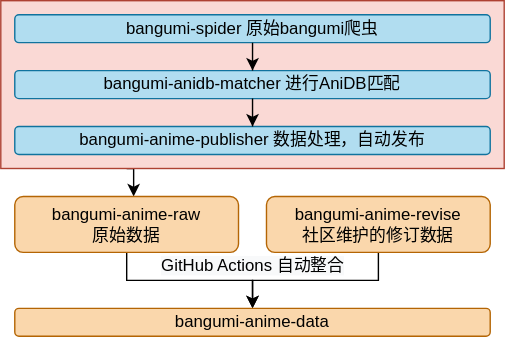
The draw.io diagram imgs/nichijou-bangumi.svg in project-nichijou/docs, before a commit. Source tidied: cells renumbered, new cells last; positions are measured from the earlier drawing's top-left corner, leaving out a move shared by most shapes. Its diagram source:
```xml
<mxGraphModel>
  <root>
    <mxCell id="0" />
    <mxCell id="1" parent="0" />
    <mxCell id="2" style="edgeStyle=orthogonalEdgeStyle;rounded=0;jettySize=auto;html=1;exitX=0.25;exitY=1;exitDx=0;exitDy=0;" parent="1" edge="1" source="3" target="5">
      <mxGeometry relative="1" as="geometry">
        <Array as="points">
          <mxPoint x="95" y="120" />
        </Array>
      </mxGeometry>
    </mxCell>
    <mxCell id="3" style="rounded=0;whiteSpace=wrap;html=1;fillColor=#fad9d5;strokeColor=#ae4132;" parent="1" vertex="1">
      <mxGeometry width="360" height="120" as="geometry" />
    </mxCell>
    <mxCell id="4" style="edgeStyle=orthogonalEdgeStyle;rounded=0;jettySize=auto;html=1;" parent="1" edge="1" source="5" target="8">
      <mxGeometry relative="1" as="geometry" />
    </mxCell>
    <mxCell id="5" value="bangumi-anime-raw&lt;br&gt;原始数据" style="rounded=1;whiteSpace=wrap;html=1;fillColor=#fad7ac;strokeColor=#b46504;" parent="1" vertex="1">
      <mxGeometry x="10" y="140" width="160" height="40" as="geometry" />
    </mxCell>
    <mxCell id="6" value="&lt;span style=&quot;font-size: 12px ; background-color: rgb(248 , 249 , 250)&quot;&gt;GitHub Actions 自动整合&lt;/span&gt;" style="edgeStyle=orthogonalEdgeStyle;rounded=0;jettySize=auto;html=1;" parent="1" edge="1" source="7" target="8">
      <mxGeometry x="0.69" y="-10" relative="1" as="geometry" />
    </mxCell>
    <mxCell id="7" value="bangumi-anime-revise&lt;br&gt;&lt;span&gt;社区维护的修订数据&lt;/span&gt;" style="rounded=1;whiteSpace=wrap;html=1;fillColor=#fad7ac;strokeColor=#b46504;" parent="1" vertex="1">
      <mxGeometry x="190" y="140" width="160" height="40" as="geometry" />
    </mxCell>
    <mxCell id="8" value="bangumi-anime-data" style="rounded=1;whiteSpace=wrap;html=1;fillColor=#fad7ac;strokeColor=#b46504;" parent="1" vertex="1">
      <mxGeometry x="10" y="220" width="340" height="20" as="geometry" />
    </mxCell>
    <mxCell id="9" style="group;" parent="1" vertex="1">
      <mxGeometry x="10" y="10" width="340" height="100" as="geometry" />
    </mxCell>
    <mxCell id="10" value="bangumi-spider&amp;nbsp;&lt;span&gt;原始bangumi爬虫&lt;/span&gt;" style="rounded=1;whiteSpace=wrap;html=1;fillColor=#b1ddf0;strokeColor=#10739e;" parent="9" vertex="1">
      <mxGeometry width="340" height="20" as="geometry" />
    </mxCell>
    <mxCell id="11" value="bangumi-anidb-matcher&amp;nbsp;&lt;span&gt;进行AniDB匹配&lt;/span&gt;" style="rounded=1;whiteSpace=wrap;html=1;fillColor=#b1ddf0;strokeColor=#10739e;" parent="9" vertex="1">
      <mxGeometry y="40" width="340" height="20" as="geometry" />
    </mxCell>
    <mxCell id="12" style="edgeStyle=orthogonalEdgeStyle;rounded=0;jettySize=auto;html=1;" parent="9" edge="1" source="10" target="11">
      <mxGeometry relative="1" as="geometry" />
    </mxCell>
    <mxCell id="13" value="bangumi-anime-publisher 数据处理，&lt;span&gt;自动发布&lt;/span&gt;" style="rounded=1;whiteSpace=wrap;html=1;fillColor=#b1ddf0;strokeColor=#10739e;" parent="9" vertex="1">
      <mxGeometry y="80" width="340" height="20" as="geometry" />
    </mxCell>
    <mxCell id="14" style="edgeStyle=orthogonalEdgeStyle;rounded=0;jettySize=auto;html=1;" parent="9" edge="1" source="11" target="13">
      <mxGeometry relative="1" as="geometry" />
    </mxCell>
    <mxCell id="15" style="edgeStyle=orthogonalEdgeStyle;rounded=0;orthogonalLoop=1;jettySize=auto;html=1;exitX=0.5;exitY=1;exitDx=0;exitDy=0;" parent="1" edge="1" source="3" target="3">
      <mxGeometry relative="1" as="geometry" />
    </mxCell>
  </root>
</mxGraphModel>
```
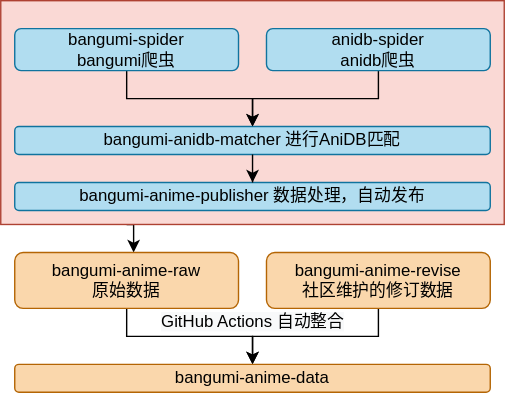
Later version of the same file.

Commit message:
[Update] framework of database

Change to the diagram source:
```diff
@@ -10,7 +10,7 @@
       </mxGeometry>
     </mxCell>
     <mxCell id="3" style="rounded=0;whiteSpace=wrap;html=1;fillColor=#fad9d5;strokeColor=#ae4132;" parent="1" vertex="1">
-      <mxGeometry width="360" height="120" as="geometry" />
+      <mxGeometry y="-40" width="360" height="160" as="geometry" />
     </mxCell>
     <mxCell id="4" style="edgeStyle=orthogonalEdgeStyle;rounded=0;jettySize=auto;html=1;" parent="1" edge="1" source="5" target="8">
       <mxGeometry relative="1" as="geometry" />
@@ -27,26 +27,29 @@
     <mxCell id="8" value="bangumi-anime-data" style="rounded=1;whiteSpace=wrap;html=1;fillColor=#fad7ac;strokeColor=#b46504;" parent="1" vertex="1">
       <mxGeometry x="10" y="220" width="340" height="20" as="geometry" />
     </mxCell>
-    <mxCell id="9" style="group;" parent="1" vertex="1">
-      <mxGeometry x="10" y="10" width="340" height="100" as="geometry" />
-    </mxCell>
+    <mxCell id="15" style="edgeStyle=orthogonalEdgeStyle;rounded=0;orthogonalLoop=1;jettySize=auto;html=1;exitX=0.5;exitY=1;exitDx=0;exitDy=0;" parent="1" edge="1" source="3" target="3">
+      <mxGeometry relative="1" as="geometry" />
+    </mxCell>
+    <mxCell id="12" style="edgeStyle=orthogonalEdgeStyle;rounded=0;jettySize=auto;html=1;" parent="1" edge="1" source="10" target="11">
+      <mxGeometry relative="1" as="geometry" />
+    </mxCell>
-    <mxCell id="10" value="bangumi-spider&amp;nbsp;&lt;span&gt;原始bangumi爬虫&lt;/span&gt;" style="rounded=1;whiteSpace=wrap;html=1;fillColor=#b1ddf0;strokeColor=#10739e;" parent="9" vertex="1">
-      <mxGeometry width="340" height="20" as="geometry" />
+    <mxCell id="10" value="bangumi-spider&lt;br&gt;bangumi爬虫" style="rounded=1;whiteSpace=wrap;html=1;fillColor=#b1ddf0;strokeColor=#10739e;" parent="1" vertex="1">
+      <mxGeometry x="10" y="-20" width="160" height="30" as="geometry" />
     </mxCell>
-    <mxCell id="11" value="bangumi-anidb-matcher&amp;nbsp;&lt;span&gt;进行AniDB匹配&lt;/span&gt;" style="rounded=1;whiteSpace=wrap;html=1;fillColor=#b1ddf0;strokeColor=#10739e;" parent="9" vertex="1">
-      <mxGeometry y="40" width="340" height="20" as="geometry" />
+    <mxCell id="11" value="bangumi-anidb-matcher&amp;nbsp;&lt;span&gt;进行AniDB匹配&lt;/span&gt;" style="rounded=1;whiteSpace=wrap;html=1;fillColor=#b1ddf0;strokeColor=#10739e;" parent="1" vertex="1">
+      <mxGeometry x="10" y="50" width="340" height="20" as="geometry" />
     </mxCell>
-    <mxCell id="12" style="edgeStyle=orthogonalEdgeStyle;rounded=0;jettySize=auto;html=1;" parent="9" edge="1" source="10" target="11">
-      <mxGeometry relative="1" as="geometry" />
-    </mxCell>
-    <mxCell id="13" value="bangumi-anime-publisher 数据处理，&lt;span&gt;自动发布&lt;/span&gt;" style="rounded=1;whiteSpace=wrap;html=1;fillColor=#b1ddf0;strokeColor=#10739e;" parent="9" vertex="1">
-      <mxGeometry y="80" width="340" height="20" as="geometry" />
+    <mxCell id="13" value="bangumi-anime-publisher 数据处理，&lt;span&gt;自动发布&lt;/span&gt;" style="rounded=1;whiteSpace=wrap;html=1;fillColor=#b1ddf0;strokeColor=#10739e;" parent="1" vertex="1">
+      <mxGeometry x="10" y="90" width="340" height="20" as="geometry" />
     </mxCell>
-    <mxCell id="14" style="edgeStyle=orthogonalEdgeStyle;rounded=0;jettySize=auto;html=1;" parent="9" edge="1" source="11" target="13">
-      <mxGeometry relative="1" as="geometry" />
+    <mxCell id="14" style="edgeStyle=orthogonalEdgeStyle;rounded=0;jettySize=auto;html=1;" parent="1" edge="1" source="11" target="13">
+      <mxGeometry x="40" y="60" as="geometry" />
     </mxCell>
-    <mxCell id="15" style="edgeStyle=orthogonalEdgeStyle;rounded=0;orthogonalLoop=1;jettySize=auto;html=1;exitX=0.5;exitY=1;exitDx=0;exitDy=0;" parent="1" edge="1" source="3" target="3">
-      <mxGeometry relative="1" as="geometry" />
-    </mxCell>
+    <mxCell id="16" style="edgeStyle=orthogonalEdgeStyle;rounded=0;jettySize=auto;html=1;" parent="1" edge="1" source="17" target="11">
+      <mxGeometry relative="1" as="geometry" />
+    </mxCell>
+    <mxCell id="17" value="anidb-spider&lt;br&gt;anidb爬虫" style="rounded=1;whiteSpace=wrap;html=1;fillColor=#b1ddf0;strokeColor=#10739e;" parent="1" vertex="1">
+      <mxGeometry x="190" y="-20" width="160" height="30" as="geometry" />
+    </mxCell>
   </root>
 </mxGraphModel>
```
